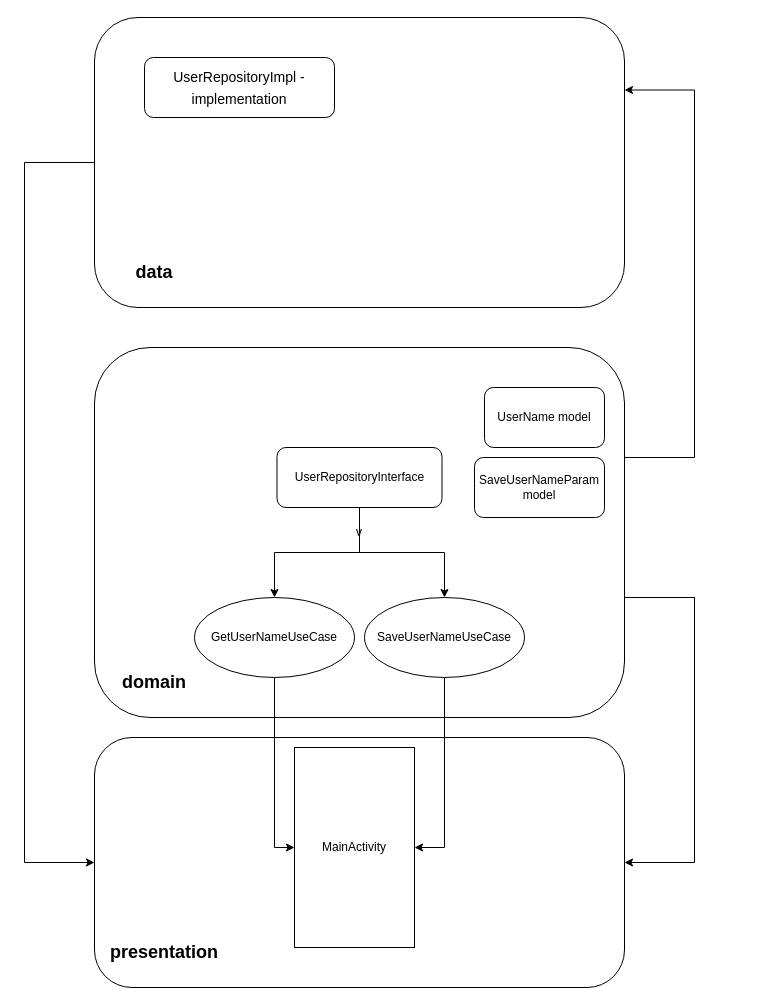
AntonEsipow/android-clean-architecture-test keeps this draw.io diagram as AppArchitecture.drawio. Above is the earlier version. Source tidied: cells renumbered, new cells numbered last; positions are measured from the earlier drawing's top-left corner, leaving out a move shared by most shapes. Both pictures are drawn from the tidied source at 100%, with x=0, y=0 at pixel (24, 17).
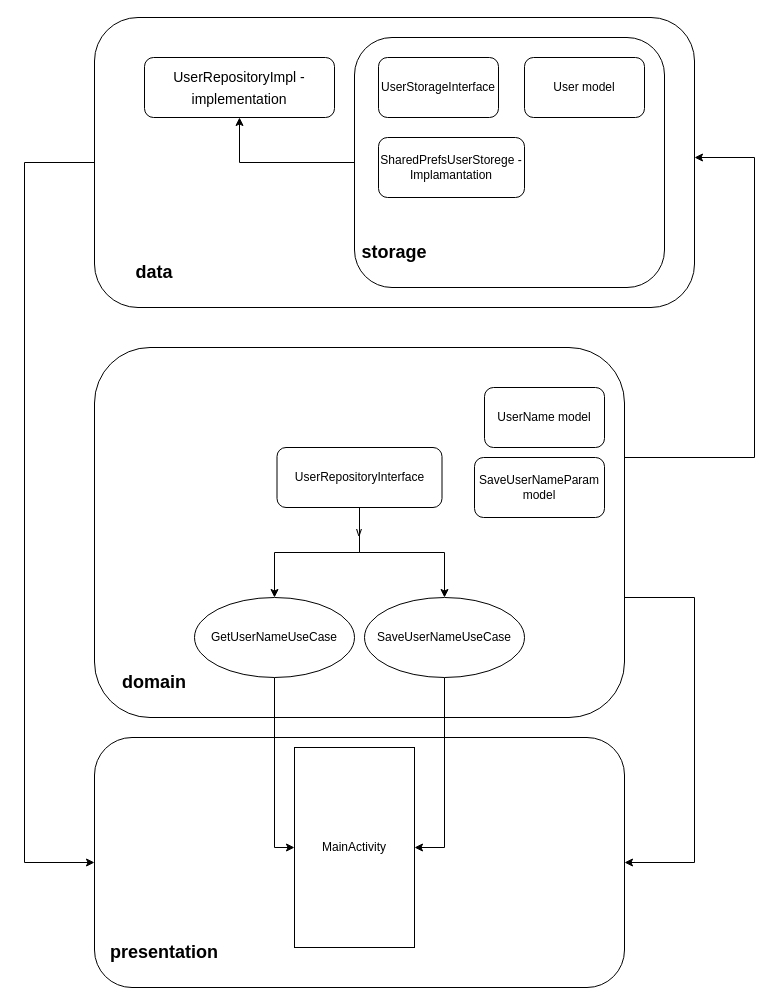
After the change.

Commit message:
Added storage package in data module AppArchitecture.drawio

Unchanged cells that the change refers to:
```xml
<mxCell id="5" value="v" style="rounded=1;whiteSpace=wrap;html=1;align=center;labelPosition=center;verticalLabelPosition=middle;verticalAlign=middle;" parent="1" vertex="1">
  <mxGeometry x="70" y="330" width="530" height="370" as="geometry" />
</mxCell>
<mxCell id="21" value="&lt;font style=&quot;font-size: 14px;&quot;&gt;UserRepositoryImpl - implementation&lt;/font&gt;" style="rounded=1;whiteSpace=wrap;html=1;fontSize=18;" parent="1" vertex="1">
  <mxGeometry x="120" y="40" width="190" height="60" as="geometry" />
</mxCell>
```

Change to the diagram source:
```diff
@@
-    <mxCell id="3" style="edgeStyle=orthogonalEdgeStyle;rounded=0;jettySize=auto;html=1;exitX=1;exitY=0.5;exitDx=0;exitDy=0;entryX=1;entryY=0.25;entryDx=0;entryDy=0;fontSize=18;" parent="1" edge="1" source="5" target="19">
+    <mxCell id="3" style="edgeStyle=orthogonalEdgeStyle;rounded=0;jettySize=auto;html=1;exitX=1;exitY=0.5;exitDx=0;exitDy=0;fontSize=18;" parent="1" edge="1" source="5" target="19">
       <mxGeometry relative="1" as="geometry">
         <Array as="points">
           <mxPoint x="600" y="440" />
-          <mxPoint x="670" y="440" />
-          <mxPoint x="670" y="72" />
+          <mxPoint x="730" y="440" />
+          <mxPoint x="730" y="140" />
         </Array>
       </mxGeometry>
     </mxCell>
@@
     <mxCell id="19" style="rounded=1;whiteSpace=wrap;html=1;" parent="1" vertex="1">
-      <mxGeometry x="70" width="530" height="290" as="geometry" />
+      <mxGeometry x="70" width="600" height="290" as="geometry" />
     </mxCell>
@@
+    <mxCell id="22" style="edgeStyle=orthogonalEdgeStyle;rounded=0;jettySize=auto;html=1;exitX=0;exitY=0.5;exitDx=0;exitDy=0;entryX=0.5;entryY=1;entryDx=0;entryDy=0;" parent="1" edge="1" source="23" target="21">
+      <mxGeometry relative="1" as="geometry" />
+    </mxCell>
+    <mxCell id="23" style="rounded=1;whiteSpace=wrap;html=1;" parent="1" vertex="1">
+      <mxGeometry x="330" y="20" width="310" height="250" as="geometry" />
+    </mxCell>
+    <mxCell id="24" value="&lt;font style=&quot;font-size: 18px;&quot;&gt;storage&lt;/font&gt;" style="text;html=1;strokeColor=none;fillColor=none;align=center;verticalAlign=middle;whiteSpace=wrap;rounded=0;fontStyle=1;fontSize=14;" parent="1" vertex="1">
+      <mxGeometry x="340" y="220" width="60" height="30" as="geometry" />
+    </mxCell>
+    <mxCell id="25" value="UserStorageInterface" style="rounded=1;whiteSpace=wrap;html=1;" parent="1" vertex="1">
+      <mxGeometry x="354" y="40" width="120" height="60" as="geometry" />
+    </mxCell>
+    <mxCell id="26" value="User model" style="rounded=1;whiteSpace=wrap;html=1;" parent="1" vertex="1">
+      <mxGeometry x="500" y="40" width="120" height="60" as="geometry" />
+    </mxCell>
+    <mxCell id="27" value="SharedPrefsUserStorege - Implamantation" style="rounded=1;whiteSpace=wrap;html=1;" parent="1" vertex="1">
+      <mxGeometry x="354" y="120" width="146" height="60" as="geometry" />
+    </mxCell>
```
